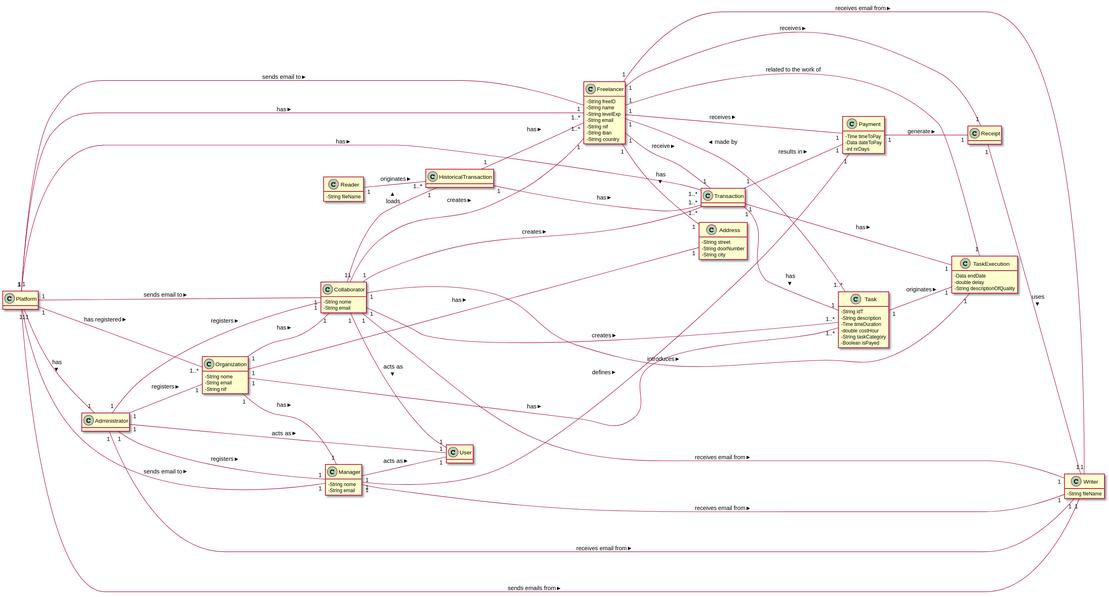
This is docs/MD/LAPR2_MD.svg from 1190452/LAPR2, a PlantUML export, as it was before one commit.
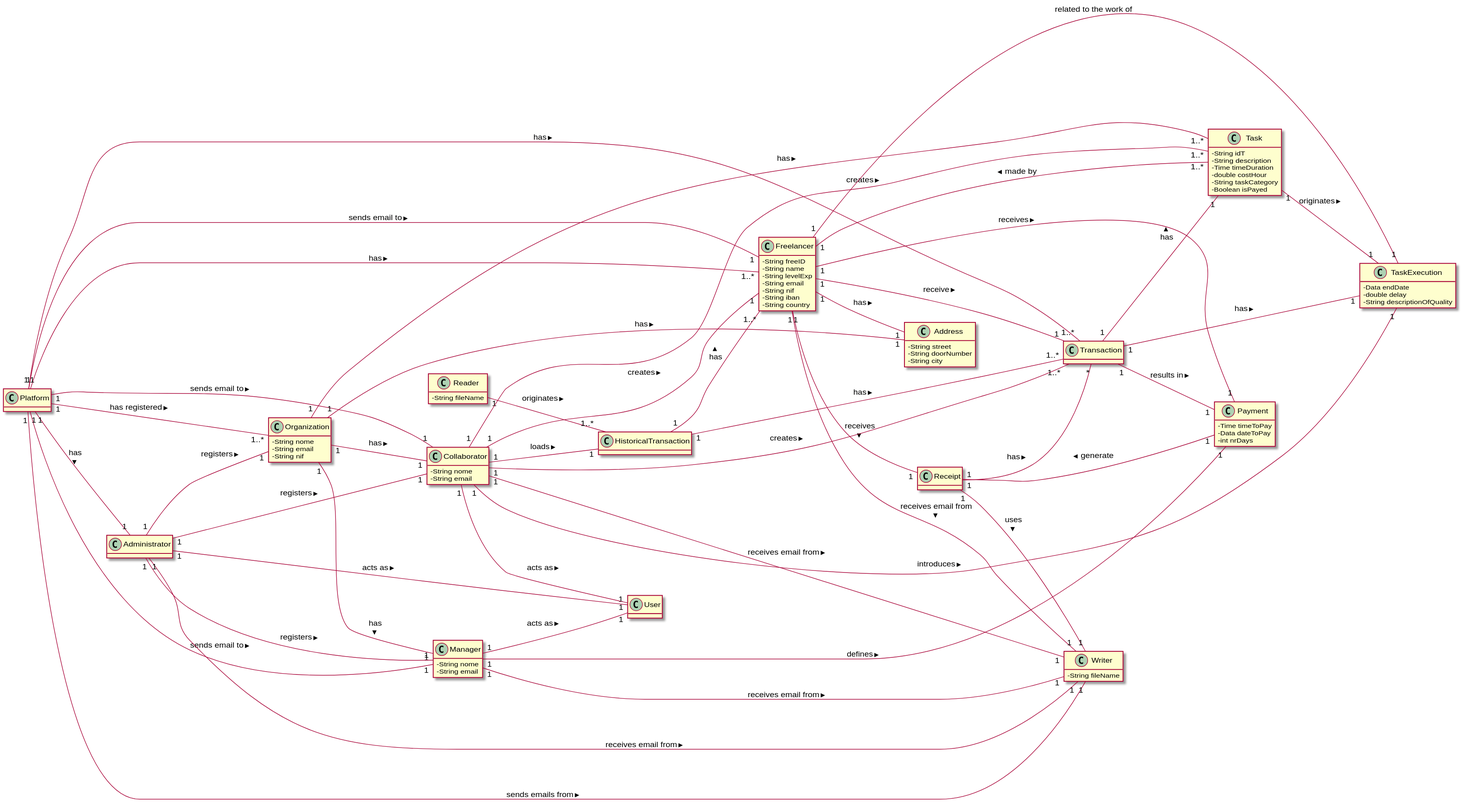
After the commit.

Diff of the diagram source:
```diff
@@ -142,8 +142,5 @@
 Task "1" -- "1" TaskExecution : originates >
 
 Receipt "1" -- "1" Writer : uses >
-
-
-
-
+Receipt "1" -- "*" Transaction: has >
 @enduml
```
